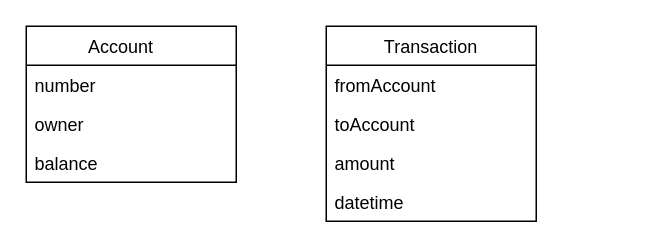
This is report/images/banking.drawio from homedirectory/semantic-analysis, a draw.io file, before an edit. Source tidied: cells renumbered, new cells numbered last; positions are measured from the earlier drawing's top-left corner, leaving out a move shared by most shapes. Both pictures are drawn from the tidied source at 150%, with x=0, y=0 at pixel (26, 26).
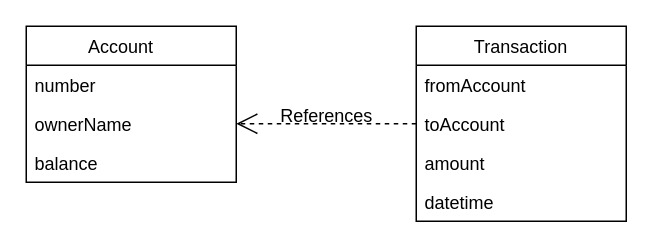
The same page after the edit.

Diff of the diagram source:
```diff
@@
 <mxGraphModel>
   <root>
     <mxCell id="0" />
     <mxCell id="1" parent="0" />
     <mxCell id="2" value="Account    " style="swimlane;fontStyle=0;horizontal=1;startSize=26;fillColor=none;" parent="1" vertex="1">
       <mxGeometry width="140" height="104" as="geometry" />
     </mxCell>
     <mxCell id="3" value="number" style="text;strokeColor=none;fillColor=none;align=left;verticalAlign=top;spacingLeft=4;spacingRight=4;overflow=hidden;" parent="2" vertex="1">
       <mxGeometry y="26" width="140" height="26" as="geometry" />
     </mxCell>
-    <mxCell id="4" value="owner" style="text;strokeColor=none;fillColor=none;align=left;verticalAlign=top;spacingLeft=4;spacingRight=4;overflow=hidden;points=[[0,0.5],[1,0.5]];portConstraint=eastwest;" parent="2" vertex="1">
+    <mxCell id="4" value="ownerName" style="text;strokeColor=none;fillColor=none;align=left;verticalAlign=top;spacingLeft=4;spacingRight=4;overflow=hidden;points=[[0,0.5],[1,0.5]];portConstraint=eastwest;" parent="2" vertex="1">
       <mxGeometry y="52" width="140" height="26" as="geometry" />
     </mxCell>
     <mxCell id="5" value="balance" style="text;strokeColor=none;fillColor=none;align=left;verticalAlign=top;spacingLeft=4;spacingRight=4;overflow=hidden;" parent="2" vertex="1">
       <mxGeometry y="78" width="140" height="26" as="geometry" />
     </mxCell>
     <mxCell id="6" value="Transaction" style="swimlane;fontStyle=0;horizontal=1;startSize=26;fillColor=none;" parent="1" vertex="1">
-      <mxGeometry x="200" width="140" height="130" as="geometry" />
+      <mxGeometry x="260" width="140" height="130" as="geometry" />
     </mxCell>
     <mxCell id="7" value="fromAccount" style="text;strokeColor=none;fillColor=none;align=left;verticalAlign=top;spacingLeft=4;spacingRight=4;overflow=hidden;" parent="6" vertex="1">
       <mxGeometry y="26" width="140" height="26" as="geometry" />
     </mxCell>
     <mxCell id="8" value="toAccount" style="text;strokeColor=none;fillColor=none;align=left;verticalAlign=top;spacingLeft=4;spacingRight=4;overflow=hidden;points=[[0,0.5],[1,0.5]];portConstraint=eastwest;" parent="6" vertex="1">
       <mxGeometry y="52" width="140" height="26" as="geometry" />
     </mxCell>
     <mxCell id="9" value="amount" style="text;strokeColor=none;fillColor=none;align=left;verticalAlign=top;spacingLeft=4;spacingRight=4;overflow=hidden;" parent="6" vertex="1">
       <mxGeometry y="78" width="140" height="26" as="geometry" />
     </mxCell>
     <mxCell id="10" value="datetime" style="text;strokeColor=none;fillColor=none;align=left;verticalAlign=top;spacingLeft=4;spacingRight=4;overflow=hidden;" parent="6" vertex="1">
       <mxGeometry y="104" width="140" height="26" as="geometry" />
     </mxCell>
+    <mxCell id="11" value="References" style="endArrow=open;endSize=12;dashed=1;html=1;rounded=0;entryX=1;entryY=0.5;entryDx=0;entryDy=0;exitX=0;exitY=0.5;exitDx=0;exitDy=0;fontSize=12;labelBackgroundColor=none;" parent="1" edge="1" source="8" target="4">
+      <mxGeometry y="-5" relative="1" as="geometry" />
+    </mxCell>
   </root>
 </mxGraphModel>
```
